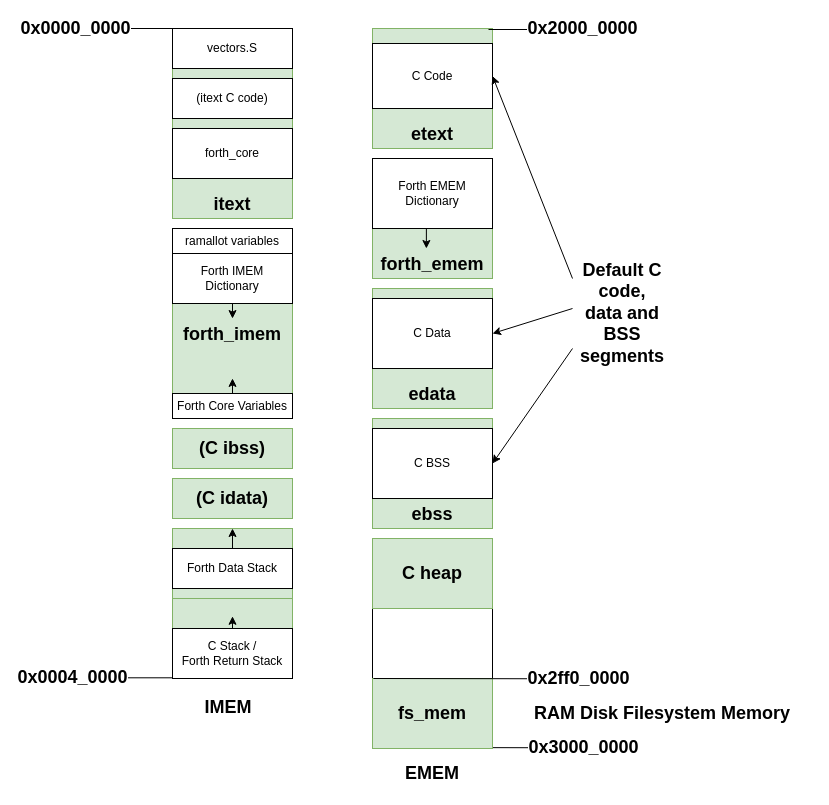
Before: docs/assets/os-mem-layout.drawio in epsilon537/boxlambda, a draw.io diagram. Source tidied: cells renumbered, new cells numbered last; positions are measured from the earlier drawing's top-left corner, leaving out a move shared by most shapes. Both pictures are drawn from the tidied source at 100%, with x=0, y=0 at pixel (112, 28).
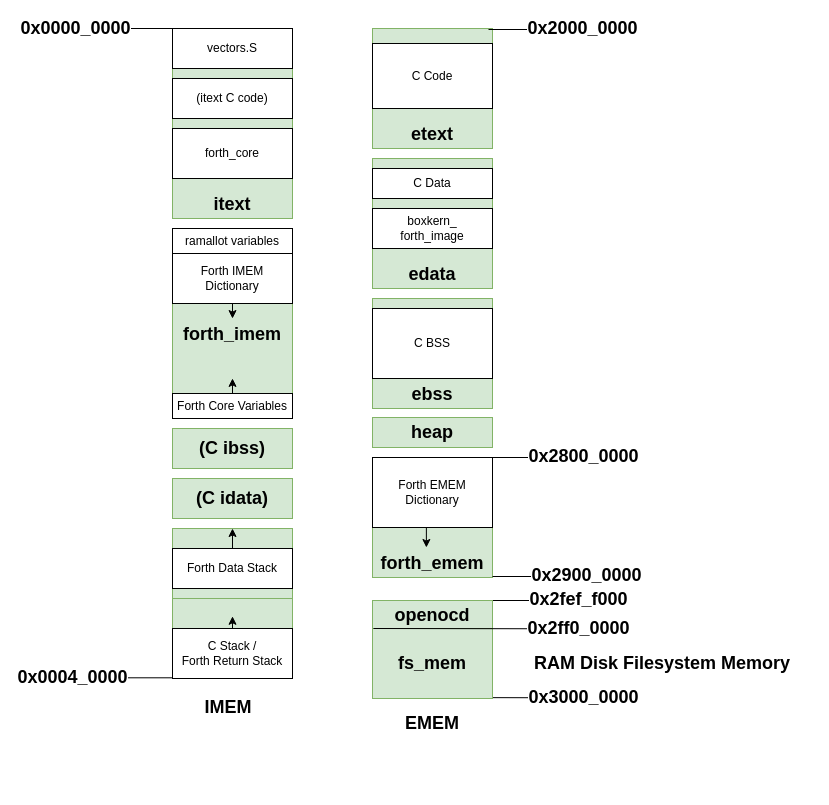
The same diagram, later.

Commit message (it also covers changes not shown here):
OS mem layout update

The change refers to these unchanged cells:
```xml
<mxCell id="8" value="C Code" style="rounded=0;whiteSpace=wrap;html=1;" parent="1" vertex="1">
  <mxGeometry x="260" y="15" width="120" height="65" as="geometry" />
</mxCell>
```

The edit, as a diff of the source:
```diff
@@
-    <mxCell id="2" style="rounded=0;whiteSpace=wrap;html=1;" parent="1" vertex="1">
-      <mxGeometry x="260" y="560" width="120" height="160" as="geometry" />
-    </mxCell>
@@
     <mxCell id="9" value="edata" style="rounded=0;whiteSpace=wrap;html=1;verticalAlign=bottom;fillColor=#d5e8d4;strokeColor=#82b366;fontSize=18;fontStyle=1;" parent="1" vertex="1">
-      <mxGeometry x="260" y="260" width="120" height="120" as="geometry" />
+      <mxGeometry x="260" y="130" width="120" height="130" as="geometry" />
     </mxCell>
     <mxCell id="10" value="C Data" style="rounded=0;whiteSpace=wrap;html=1;" parent="1" vertex="1">
-      <mxGeometry x="260" y="270" width="120" height="70" as="geometry" />
+      <mxGeometry x="260" y="140" width="120" height="30" as="geometry" />
     </mxCell>
@@
     <mxCell id="12" value="forth_emem" style="rounded=0;whiteSpace=wrap;html=1;verticalAlign=bottom;fillColor=#d5e8d4;strokeColor=#82b366;fontSize=18;fontStyle=1;" parent="1" vertex="1">
-      <mxGeometry x="260" y="130" width="120" height="120" as="geometry" />
+      <mxGeometry x="260" y="429" width="120" height="120" as="geometry" />
     </mxCell>
@@
     <mxCell id="14" value="Forth EMEM&lt;div&gt;Dictionary&lt;/div&gt;" style="rounded=0;whiteSpace=wrap;html=1;" parent="1" vertex="1">
-      <mxGeometry x="260" y="130" width="120" height="70" as="geometry" />
+      <mxGeometry x="260" y="429" width="120" height="70" as="geometry" />
     </mxCell>
     <mxCell id="15" value="ebss" style="rounded=0;whiteSpace=wrap;html=1;verticalAlign=bottom;fillColor=#d5e8d4;strokeColor=#82b366;fontSize=18;fontStyle=1;" parent="1" vertex="1">
-      <mxGeometry x="260" y="390" width="120" height="110" as="geometry" />
+      <mxGeometry x="260" y="270" width="120" height="110" as="geometry" />
     </mxCell>
     <mxCell id="16" value="C BSS" style="rounded=0;whiteSpace=wrap;html=1;" parent="1" vertex="1">
-      <mxGeometry x="260" y="400" width="120" height="70" as="geometry" />
+      <mxGeometry x="260" y="280" width="120" height="70" as="geometry" />
     </mxCell>
@@
-    <mxCell id="19" value="C heap" style="rounded=0;whiteSpace=wrap;html=1;verticalAlign=middle;fillColor=#d5e8d4;strokeColor=#82b366;fontSize=18;fontStyle=1;" parent="1" vertex="1">
-      <mxGeometry x="260" y="510" width="120" height="70" as="geometry" />
-    </mxCell>
@@
-    <mxCell id="26" value="Default C code, data and BSS segments" style="text;html=1;align=center;verticalAlign=middle;whiteSpace=wrap;rounded=0;fontSize=18;fontStyle=1;" parent="1" vertex="1">
-      <mxGeometry x="480" y="270" width="60" height="30" as="geometry" />
-    </mxCell>
-    <mxCell id="27" style="endArrow=classic;html=1;rounded=0;entryX=1;entryY=0.5;entryDx=0;entryDy=0;" parent="1" edge="1" target="8">
-      <mxGeometry relative="1" as="geometry">
-        <mxPoint x="460" y="250" as="sourcePoint" />
-      </mxGeometry>
-    </mxCell>
-    <mxCell id="28" style="endArrow=classic;html=1;rounded=0;entryX=1;entryY=0.5;entryDx=0;entryDy=0;" parent="1" edge="1" target="10">
-      <mxGeometry relative="1" as="geometry">
-        <mxPoint x="460" y="280" as="sourcePoint" />
-      </mxGeometry>
-    </mxCell>
-    <mxCell id="29" style="endArrow=classic;html=1;rounded=0;entryX=1;entryY=0.5;entryDx=0;entryDy=0;" parent="1" edge="1" target="16">
-      <mxGeometry relative="1" as="geometry">
-        <mxPoint x="460" y="320" as="sourcePoint" />
-      </mxGeometry>
-    </mxCell>
@@
+    <mxCell id="43" value="IMEM" style="text;html=1;align=center;verticalAlign=middle;whiteSpace=wrap;rounded=0;fontSize=18;fontStyle=1;" parent="1" vertex="1">
+      <mxGeometry x="86" y="664" width="60" height="30" as="geometry" />
+    </mxCell>
+    <mxCell id="44" value="boxkern_&lt;div&gt;forth_image&lt;/div&gt;" style="rounded=0;whiteSpace=wrap;html=1;" parent="1" vertex="1">
+      <mxGeometry x="260" y="180" width="120" height="40" as="geometry" />
+    </mxCell>
+    <mxCell id="45" value="heap" style="rounded=0;whiteSpace=wrap;html=1;fillColor=#d5e8d4;strokeColor=#82b366;fontSize=18;fontStyle=1;" parent="1" vertex="1">
+      <mxGeometry x="260" y="389" width="120" height="30" as="geometry" />
+    </mxCell>
+    <mxCell id="46" value="0x2800_0000" style="endArrow=none;html=1;rounded=0;exitX=1;exitY=0;exitDx=0;exitDy=0;fontSize=18;fontStyle=1;" parent="1" edge="1">
+      <mxGeometry x="1" y="24" relative="1" as="geometry">
+        <mxPoint x="377" y="429" as="sourcePoint" />
+        <mxPoint x="447" y="429" as="targetPoint" />
+        <mxPoint x="24" y="23" as="offset" />
+      </mxGeometry>
+    </mxCell>
+    <mxCell id="47" value="0x2fef_f000" style="endArrow=none;html=1;rounded=0;exitX=1;exitY=0;exitDx=0;exitDy=0;fontSize=18;fontStyle=1;" parent="1" edge="1">
+      <mxGeometry x="1" y="24" relative="1" as="geometry">
+        <mxPoint x="372" y="572" as="sourcePoint" />
+        <mxPoint x="442" y="572" as="targetPoint" />
+        <mxPoint x="24" y="23" as="offset" />
+      </mxGeometry>
+    </mxCell>
+    <mxCell id="48" value="openocd" style="rounded=0;whiteSpace=wrap;html=1;verticalAlign=middle;fillColor=#d5e8d4;strokeColor=#82b366;fontSize=18;fontStyle=1;" parent="1" vertex="1">
+      <mxGeometry x="260" y="572" width="120" height="30" as="geometry" />
+    </mxCell>
+    <mxCell id="49" value="0x2900_0000" style="endArrow=none;html=1;rounded=0;exitX=1;exitY=0;exitDx=0;exitDy=0;fontSize=18;fontStyle=1;" parent="1" edge="1">
+      <mxGeometry x="1" y="24" relative="1" as="geometry">
+        <mxPoint x="380" y="548" as="sourcePoint" />
+        <mxPoint x="450" y="548" as="targetPoint" />
+        <mxPoint x="24" y="23" as="offset" />
+      </mxGeometry>
+    </mxCell>
+    <mxCell id="2" style="rounded=0;whiteSpace=wrap;html=1;" parent="1" vertex="1">
+      <mxGeometry x="260" y="600" width="120" height="70" as="geometry" />
+    </mxCell>
     <mxCell id="38" value="0x3000_0000" style="endArrow=none;html=1;rounded=0;fontSize=18;fontStyle=1;" parent="1" edge="1">
       <mxGeometry x="1" relative="1" as="geometry">
-        <mxPoint x="281" y="719" as="sourcePoint" />
-        <mxPoint x="471" y="719.3" as="targetPoint" />
+        <mxPoint x="281" y="669" as="sourcePoint" />
+        <mxPoint x="471" y="669.3" as="targetPoint" />
       </mxGeometry>
     </mxCell>
     <mxCell id="39" value="&lt;b&gt;&lt;font style=&quot;font-size: 18px;&quot;&gt;EMEM&lt;/font&gt;&lt;/b&gt;" style="text;html=1;align=center;verticalAlign=middle;whiteSpace=wrap;rounded=0;" parent="1" vertex="1">
-      <mxGeometry x="290" y="730" width="60" height="30" as="geometry" />
+      <mxGeometry x="290" y="680" width="60" height="30" as="geometry" />
     </mxCell>
     <mxCell id="40" value="fs_mem" style="rounded=0;whiteSpace=wrap;html=1;verticalAlign=middle;fillColor=#d5e8d4;strokeColor=#82b366;fontSize=18;fontStyle=1;" parent="1" vertex="1">
-      <mxGeometry x="260" y="650" width="120" height="70" as="geometry" />
+      <mxGeometry x="260" y="600" width="120" height="70" as="geometry" />
     </mxCell>
     <mxCell id="41" value="0x2ff0_0000" style="endArrow=none;html=1;rounded=0;fontSize=18;fontStyle=1;" parent="1" edge="1">
       <mxGeometry x="1" y="15" relative="1" as="geometry">
-        <mxPoint x="261" y="650" as="sourcePoint" />
-        <mxPoint x="451" y="650.3" as="targetPoint" />
+        <mxPoint x="261" y="600" as="sourcePoint" />
+        <mxPoint x="451" y="600.3" as="targetPoint" />
         <mxPoint x="15" y="15" as="offset" />
       </mxGeometry>
     </mxCell>
     <mxCell id="42" value="&lt;font style=&quot;font-size: 18px;&quot;&gt;&lt;b&gt;RAM Disk Filesystem Memory&lt;/b&gt;&lt;/font&gt;" style="text;html=1;align=center;verticalAlign=middle;whiteSpace=wrap;rounded=0;" parent="1" vertex="1">
-      <mxGeometry x="400" y="670" width="300" height="30" as="geometry" />
+      <mxGeometry x="400" y="620" width="300" height="30" as="geometry" />
     </mxCell>
-    <mxCell id="43" value="IMEM" style="text;html=1;align=center;verticalAlign=middle;whiteSpace=wrap;rounded=0;fontSize=18;fontStyle=1;" parent="1" vertex="1">
-      <mxGeometry x="86" y="664" width="60" height="30" as="geometry" />
-    </mxCell>
```
